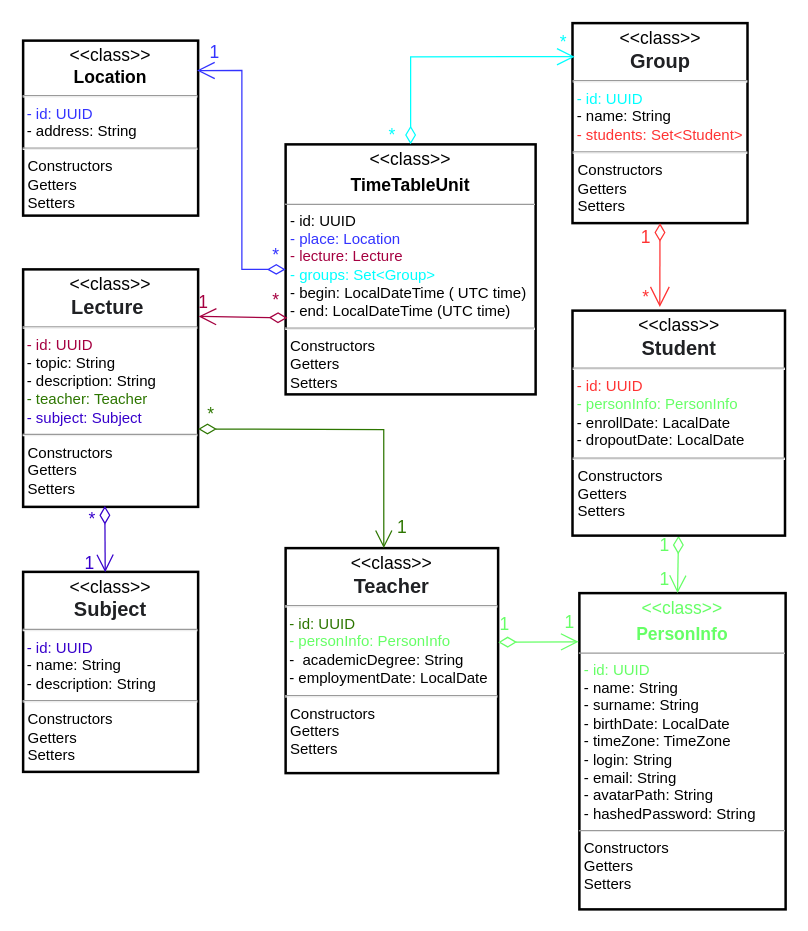
Above: documentation/UML/University Management System (UMS) entity diagram.drawio in Max11mus/UMS---University-Managment-System (draw.io), before the change. Source tidied: cells renumbered, new cells numbered last; positions are measured from the earlier drawing's top-left corner, leaving out a move shared by most shapes. Both pictures are drawn from the tidied source at 125%, with x=0, y=0 at pixel (22, 22).
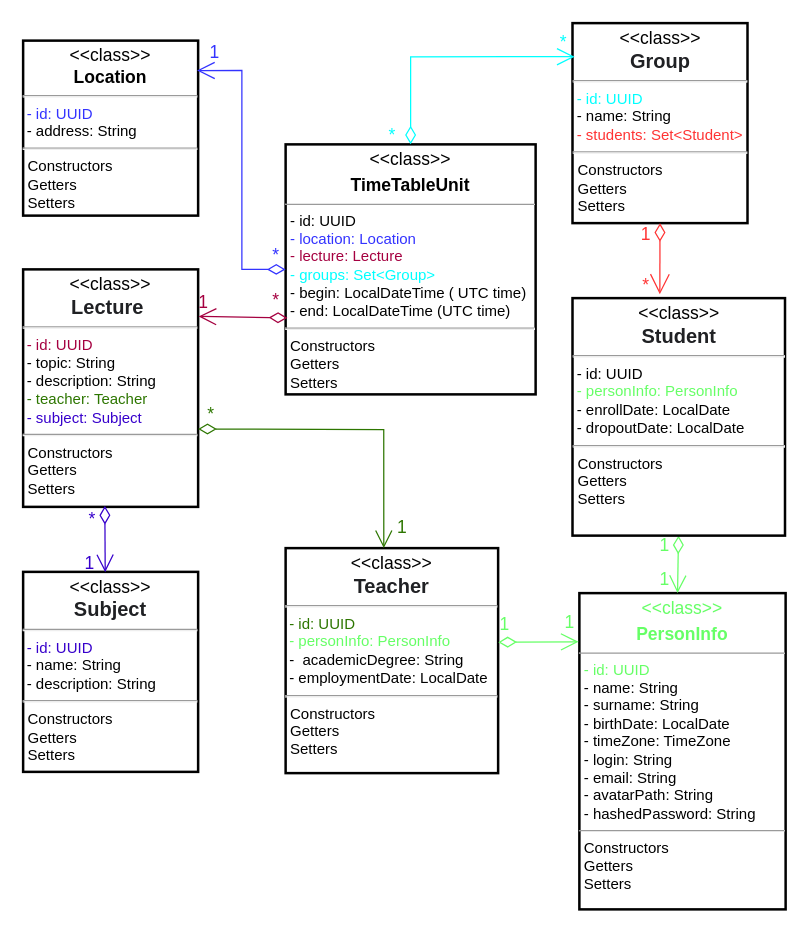
The same diagram, later.

Unchanged cells that the change refers to:
```xml
<mxCell id="28" style="rounded=0;jettySize=auto;html=1;fontSize=14;startArrow=diamondThin;startFill=0;strokeColor=#FF3333;endSize=14;startSize=12;endArrow=open;endFill=0;entryX=0.411;entryY=-0.016;entryDx=0;entryDy=0;entryPerimeter=0;" parent="1" edge="1" target="27">
  <mxGeometry relative="1" as="geometry">
    <mxPoint x="509.5" y="160" as="sourcePoint" />
  </mxGeometry>
</mxCell>
```

What changed in the source:
```diff
@@
-    <mxCell id="7" value="&lt;p style=&quot;margin: 4px 0px 0px ; text-align: center ; font-size: 14px&quot;&gt;&lt;font style=&quot;font-size: 14px&quot;&gt;&amp;lt;&amp;lt;class&amp;gt;&amp;gt;&lt;/font&gt;&lt;/p&gt;&lt;p style=&quot;margin: 4px 0px 0px ; text-align: center ; font-size: 14px&quot;&gt;&lt;b&gt;TimeTableUnit&lt;/b&gt;&lt;/p&gt;&lt;hr size=&quot;1&quot;&gt;&lt;p style=&quot;margin: 0px ; margin-left: 4px&quot;&gt;- id: UUID&lt;/p&gt;&lt;p style=&quot;margin: 0px ; margin-left: 4px&quot;&gt;&lt;font color=&quot;#3333ff&quot;&gt;- place: Location&lt;/font&gt;&lt;br&gt;&lt;font color=&quot;#a50040&quot;&gt;- lecture: Lecture&lt;/font&gt;&lt;/p&gt;&lt;p style=&quot;margin: 0px ; margin-left: 4px&quot;&gt;&lt;font color=&quot;#00ffff&quot;&gt;- groups: Set&amp;lt;Group&amp;gt;&lt;/font&gt;&lt;/p&gt;&lt;p style=&quot;margin: 0px ; margin-left: 4px&quot;&gt;&lt;span&gt;- begin: LocalDateTime ( UTC time)&lt;/span&gt;&lt;br&gt;&lt;/p&gt;&lt;p style=&quot;margin: 0px ; margin-left: 4px&quot;&gt;&lt;span&gt;- end:&amp;nbsp;&lt;/span&gt;LocalDateTime&amp;nbsp;&lt;span&gt;(UTC time)&lt;/span&gt;&lt;br&gt;&lt;/p&gt;&lt;hr&gt;&lt;p style=&quot;margin: 0px ; margin-left: 4px&quot;&gt;&lt;/p&gt;&lt;p style=&quot;margin: 0px ; margin-left: 4px&quot;&gt;Constructors&lt;/p&gt;&lt;p style=&quot;margin: 0px ; margin-left: 4px&quot;&gt;Getters&lt;/p&gt;&lt;p style=&quot;margin: 0px ; margin-left: 4px&quot;&gt;Setters&lt;/p&gt;" style="verticalAlign=top;align=left;overflow=fill;fontSize=12;fontFamily=Helvetica;html=1;rounded=0;shadow=0;comic=0;labelBackgroundColor=none;strokeWidth=2;" parent="1" vertex="1">
+    <mxCell id="7" value="&lt;p style=&quot;margin: 4px 0px 0px ; text-align: center ; font-size: 14px&quot;&gt;&lt;font style=&quot;font-size: 14px&quot;&gt;&amp;lt;&amp;lt;class&amp;gt;&amp;gt;&lt;/font&gt;&lt;/p&gt;&lt;p style=&quot;margin: 4px 0px 0px ; text-align: center ; font-size: 14px&quot;&gt;&lt;b&gt;TimeTableUnit&lt;/b&gt;&lt;/p&gt;&lt;hr size=&quot;1&quot;&gt;&lt;p style=&quot;margin: 0px ; margin-left: 4px&quot;&gt;- id: UUID&lt;/p&gt;&lt;p style=&quot;margin: 0px ; margin-left: 4px&quot;&gt;&lt;font color=&quot;#3333ff&quot;&gt;- location: Location&lt;/font&gt;&lt;br&gt;&lt;font color=&quot;#a50040&quot;&gt;- lecture: Lecture&lt;/font&gt;&lt;/p&gt;&lt;p style=&quot;margin: 0px ; margin-left: 4px&quot;&gt;&lt;font color=&quot;#00ffff&quot;&gt;- groups: Set&amp;lt;Group&amp;gt;&lt;/font&gt;&lt;/p&gt;&lt;p style=&quot;margin: 0px ; margin-left: 4px&quot;&gt;&lt;span&gt;- begin: LocalDateTime ( UTC time)&lt;/span&gt;&lt;br&gt;&lt;/p&gt;&lt;p style=&quot;margin: 0px ; margin-left: 4px&quot;&gt;&lt;span&gt;- end:&amp;nbsp;&lt;/span&gt;LocalDateTime&amp;nbsp;&lt;span&gt;(UTC time)&lt;/span&gt;&lt;br&gt;&lt;/p&gt;&lt;hr&gt;&lt;p style=&quot;margin: 0px ; margin-left: 4px&quot;&gt;&lt;/p&gt;&lt;p style=&quot;margin: 0px ; margin-left: 4px&quot;&gt;Constructors&lt;/p&gt;&lt;p style=&quot;margin: 0px ; margin-left: 4px&quot;&gt;Getters&lt;/p&gt;&lt;p style=&quot;margin: 0px ; margin-left: 4px&quot;&gt;Setters&lt;/p&gt;" style="verticalAlign=top;align=left;overflow=fill;fontSize=12;fontFamily=Helvetica;html=1;rounded=0;shadow=0;comic=0;labelBackgroundColor=none;strokeWidth=2;" parent="1" vertex="1">
       <mxGeometry x="210" y="97" width="200" height="200" as="geometry" />
     </mxCell>
@@
-    <mxCell id="27" value="&lt;p style=&quot;margin: 4px 0px 0px ; text-align: center ; font-size: 14px&quot;&gt;&lt;font style=&quot;font-size: 14px&quot;&gt;&amp;lt;&amp;lt;class&amp;gt;&amp;gt;&lt;/font&gt;&lt;/p&gt;&lt;div style=&quot;text-align: center&quot;&gt;&lt;font color=&quot;#202124&quot; face=&quot;arial, sans-serif&quot;&gt;&lt;span style=&quot;font-size: 16px ; background-color: rgb(255 , 255 , 255)&quot;&gt;&lt;b&gt;Student&lt;/b&gt;&lt;/span&gt;&lt;/font&gt;&lt;/div&gt;&lt;hr&gt;&lt;font color=&quot;#ff3333&quot;&gt;&amp;nbsp;- id: UUID&lt;/font&gt;&lt;br&gt;&amp;nbsp;&lt;font color=&quot;#66ff66&quot;&gt;- personInfo: PersonInfo&lt;/font&gt;&lt;br&gt;&amp;nbsp;- enrollDate: LacalDate&lt;br&gt;&amp;nbsp;- dropoutDate: LocalDate&lt;hr&gt;&lt;p style=&quot;margin: 0px ; margin-left: 4px&quot;&gt;Constructors&lt;/p&gt;&lt;p style=&quot;margin: 0px ; margin-left: 4px&quot;&gt;Getters&lt;/p&gt;&lt;p style=&quot;margin: 0px ; margin-left: 4px&quot;&gt;Setters&lt;/p&gt;" style="verticalAlign=top;align=left;overflow=fill;fontSize=12;fontFamily=Helvetica;html=1;rounded=0;shadow=0;comic=0;labelBackgroundColor=none;strokeWidth=2;" parent="1" vertex="1">
-      <mxGeometry x="439.5" y="230" width="170" height="180" as="geometry" />
+    <mxCell id="27" value="&lt;p style=&quot;margin: 4px 0px 0px ; text-align: center ; font-size: 14px&quot;&gt;&lt;font style=&quot;font-size: 14px&quot;&gt;&amp;lt;&amp;lt;class&amp;gt;&amp;gt;&lt;/font&gt;&lt;/p&gt;&lt;div style=&quot;text-align: center&quot;&gt;&lt;font color=&quot;#202124&quot; face=&quot;arial, sans-serif&quot;&gt;&lt;span style=&quot;font-size: 16px ; background-color: rgb(255 , 255 , 255)&quot;&gt;&lt;b&gt;Student&lt;/b&gt;&lt;/span&gt;&lt;/font&gt;&lt;/div&gt;&lt;hr&gt;&amp;nbsp;- id: UUID&lt;br&gt;&amp;nbsp;&lt;font color=&quot;#66ff66&quot;&gt;- personInfo: PersonInfo&lt;/font&gt;&lt;br&gt;&amp;nbsp;- enrollDate: LocalDate&lt;br&gt;&amp;nbsp;- dropoutDate: LocalDate&lt;font color=&quot;#ff3333&quot;&gt;&lt;br&gt;&lt;/font&gt;&lt;hr&gt;&lt;p style=&quot;margin: 0px ; margin-left: 4px&quot;&gt;Constructors&lt;/p&gt;&lt;p style=&quot;margin: 0px ; margin-left: 4px&quot;&gt;Getters&lt;/p&gt;&lt;p style=&quot;margin: 0px ; margin-left: 4px&quot;&gt;Setters&lt;/p&gt;" style="verticalAlign=top;align=left;overflow=fill;fontSize=12;fontFamily=Helvetica;html=1;rounded=0;shadow=0;comic=0;labelBackgroundColor=none;strokeWidth=2;" parent="1" vertex="1">
+      <mxGeometry x="439.5" y="220" width="170" height="190" as="geometry" />
     </mxCell>
@@
     <mxCell id="29" value="1" style="edgeLabel;html=1;align=center;verticalAlign=middle;fontSize=14;fontColor=#FF3333;labelBackgroundColor=none;rounded=0;" parent="28" vertex="1">
       <mxGeometry x="0.79" y="1" relative="1" as="geometry">
-        <mxPoint x="-13" y="-50" as="offset" />
+        <mxPoint x="-13" y="-43" as="offset" />
       </mxGeometry>
     </mxCell>
```
